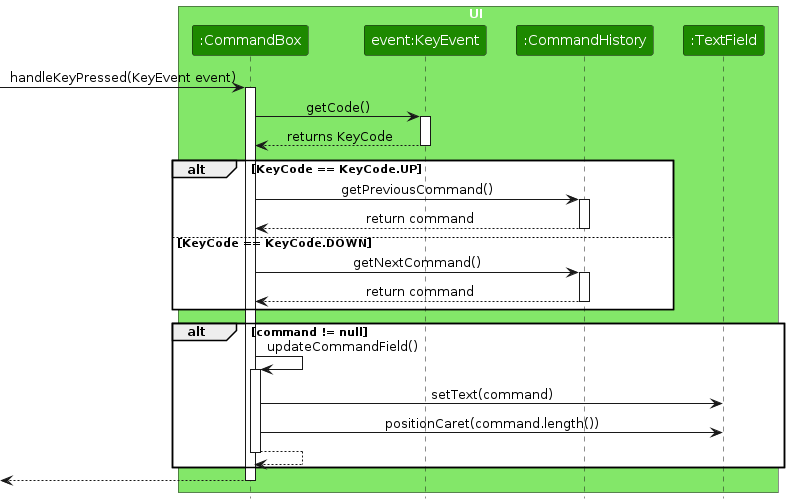
Above: diagrams/CommandBoxSequenceDiagram2.png in AY2425S1-CS2103T-F09-4/tp (PlantUML), before the change. Its source is kept beside it as diagrams/CommandBoxSequenceDiagram2.puml.
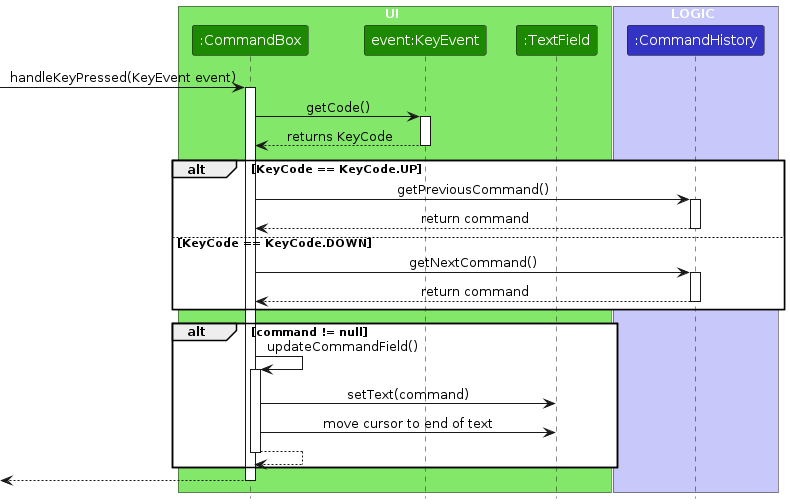
The same file after the commit.

The edit, as a diff of the source:
```diff
@@ -4,8 +4,12 @@
 box UI UI_COLOR_T1
 participant ":CommandBox" as CommandBox UI_COLOR
 participant "event:KeyEvent" as KeyEvent UI_COLOR
-participant ":CommandHistory" as CommandHistory UI_COLOR
 participant ":TextField" as TextField UI_COLOR
+
+box LOGIC LOGIC_COLOR_T1
+participant ":CommandHistory" as CommandHistory LOGIC_COLOR
+end box
+
 
 [-> CommandBox: handleKeyPressed(KeyEvent event)
 activate CommandBox
@@ -28,7 +32,7 @@
 CommandBox -> CommandBox : updateCommandField()
 activate CommandBox
         CommandBox -> TextField : setText(command)
-        CommandBox -> TextField : positionCaret(command.length())
+        CommandBox -> TextField :  move cursor to end of text
 CommandBox --> CommandBox
 deactivate CommandBox
 end
```
